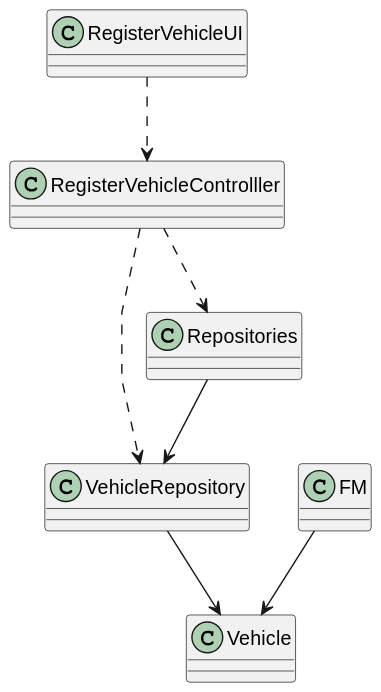
daniel41silva05/ISEP_2023_2024_LAPR2 keeps this PlantUML diagram as docs/sprintA&B/us006/03.design/svg/us006-class-diagram.svg. Above is the earlier version.
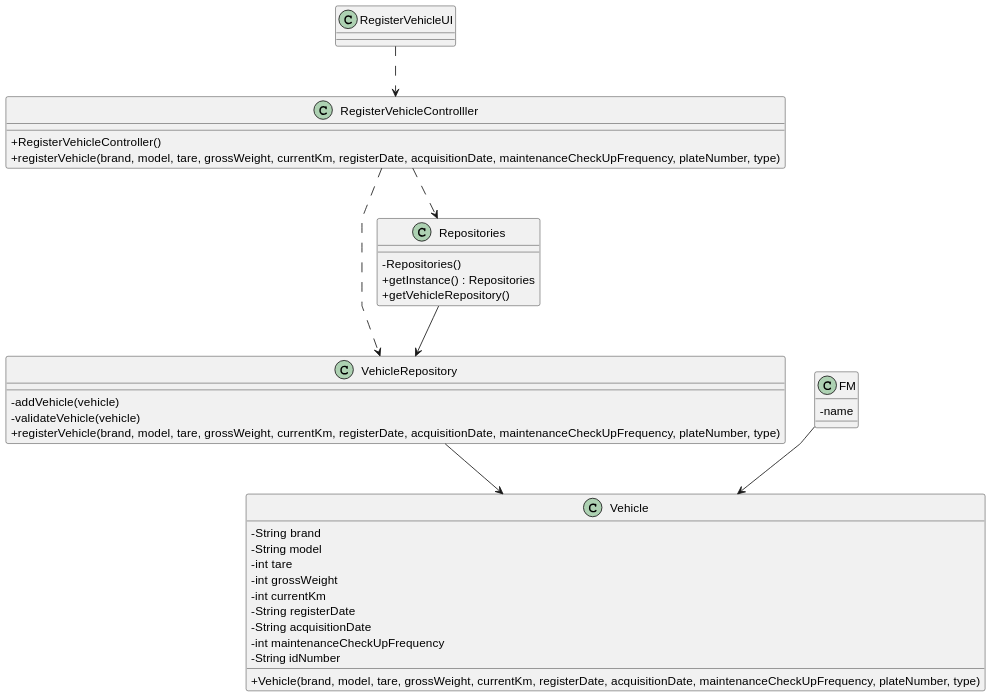
The same file after the commit.

Commit message:
ED-20 US06 - update Class Diagram

What changed in the source:
```diff
@@ -11,23 +11,38 @@
 }
 
 class RegisterVehicleControlller {
-
+    +RegisterVehicleController()
+    +registerVehicle(brand, model, tare, grossWeight, currentKm, registerDate, acquisitionDate, maintenanceCheckUpFrequency, plateNumber, type)
 }
 
 class VehicleRepository {
-
+    -addVehicle(vehicle)
+    -validateVehicle(vehicle)
+    +registerVehicle(brand, model, tare, grossWeight, currentKm, registerDate, acquisitionDate, maintenanceCheckUpFrequency, plateNumber, type)
 }
 
 class Vehicle {
+    -String brand
+    -String model
+    -int tare
+    -int grossWeight
+    -int currentKm
+    -String registerDate
+    -String acquisitionDate
+    -int maintenanceCheckUpFrequency
+    -String idNumber
+    +Vehicle(brand, model, tare, grossWeight, currentKm, registerDate, acquisitionDate, maintenanceCheckUpFrequency, plateNumber, type)
 
 }
 
 class FM {
-
+    - name
 }
 
 class Repositories {
-
+    - Repositories()
+    + getInstance() : Repositories
+    + getVehicleRepository()
 }
 
 RegisterVehicleUI ..> RegisterVehicleControlller
```
